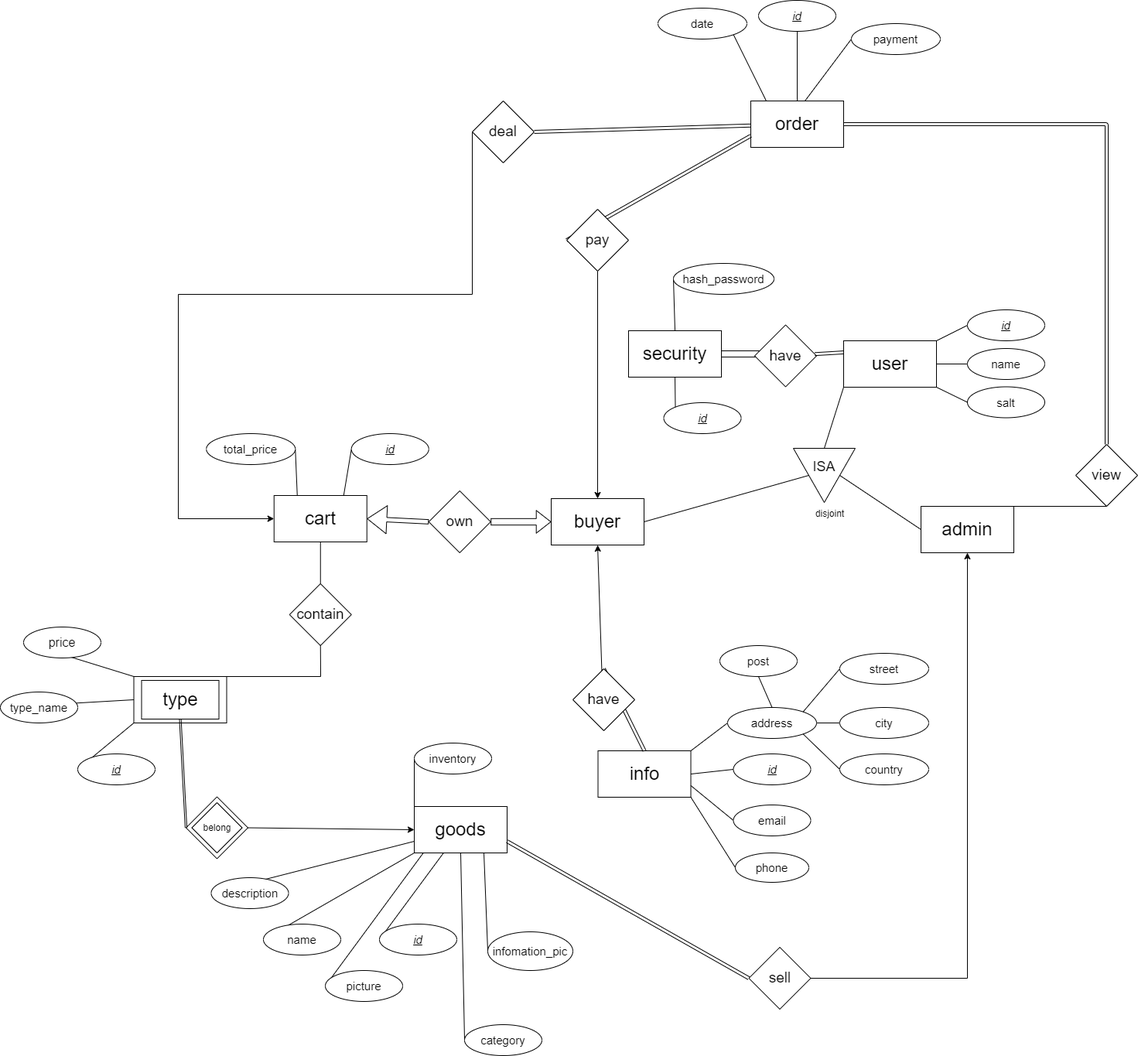
This is design/ER1.png from open17/DBMS, a draw.io export, as it was before one commit. Source tidied: cells renumbered, new cells last; positions are measured from the earlier drawing's top-left corner, leaving out a move shared by most shapes.
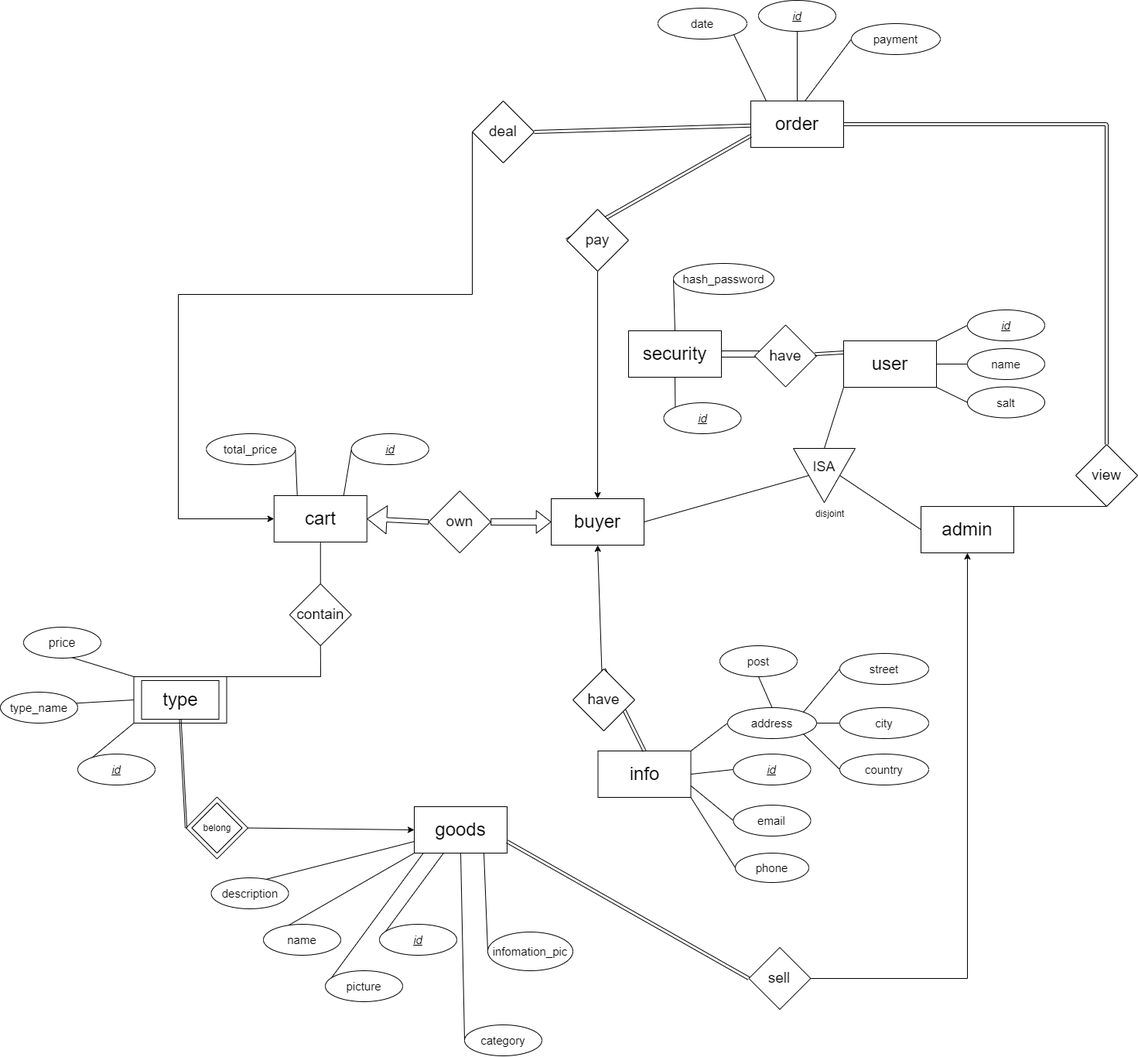
The same diagram one commit later.

Change to the diagram source:
```diff
@@ -67,12 +67,6 @@
     <mxCell id="22" value="&lt;span style=&quot;font-size: 15px;&quot;&gt;name&lt;/span&gt;" style="ellipse;whiteSpace=wrap;html=1;" parent="1" vertex="1">
       <mxGeometry x="340" y="1194" width="100" height="40" as="geometry" />
     </mxCell>
-    <mxCell id="23" style="rounded=0;jettySize=auto;html=1;exitX=0;exitY=0;exitDx=0;exitDy=0;entryX=0;entryY=0.5;entryDx=0;entryDy=0;endArrow=none;endFill=0;" parent="1" edge="1" source="6" target="24">
-      <mxGeometry relative="1" as="geometry" />
-    </mxCell>
-    <mxCell id="24" value="inventory" style="ellipse;whiteSpace=wrap;html=1;fontSize=15;" parent="1" vertex="1">
-      <mxGeometry x="535" y="960" width="100" height="40" as="geometry" />
-    </mxCell>
     <mxCell id="25" style="rounded=0;jettySize=auto;html=1;entryX=0.5;entryY=1;entryDx=0;entryDy=0;endArrow=none;endFill=0;exitX=0.5;exitY=0;exitDx=0;exitDy=0;" parent="1" edge="1" source="31" target="26">
       <mxGeometry relative="1" as="geometry" />
     </mxCell>
```
